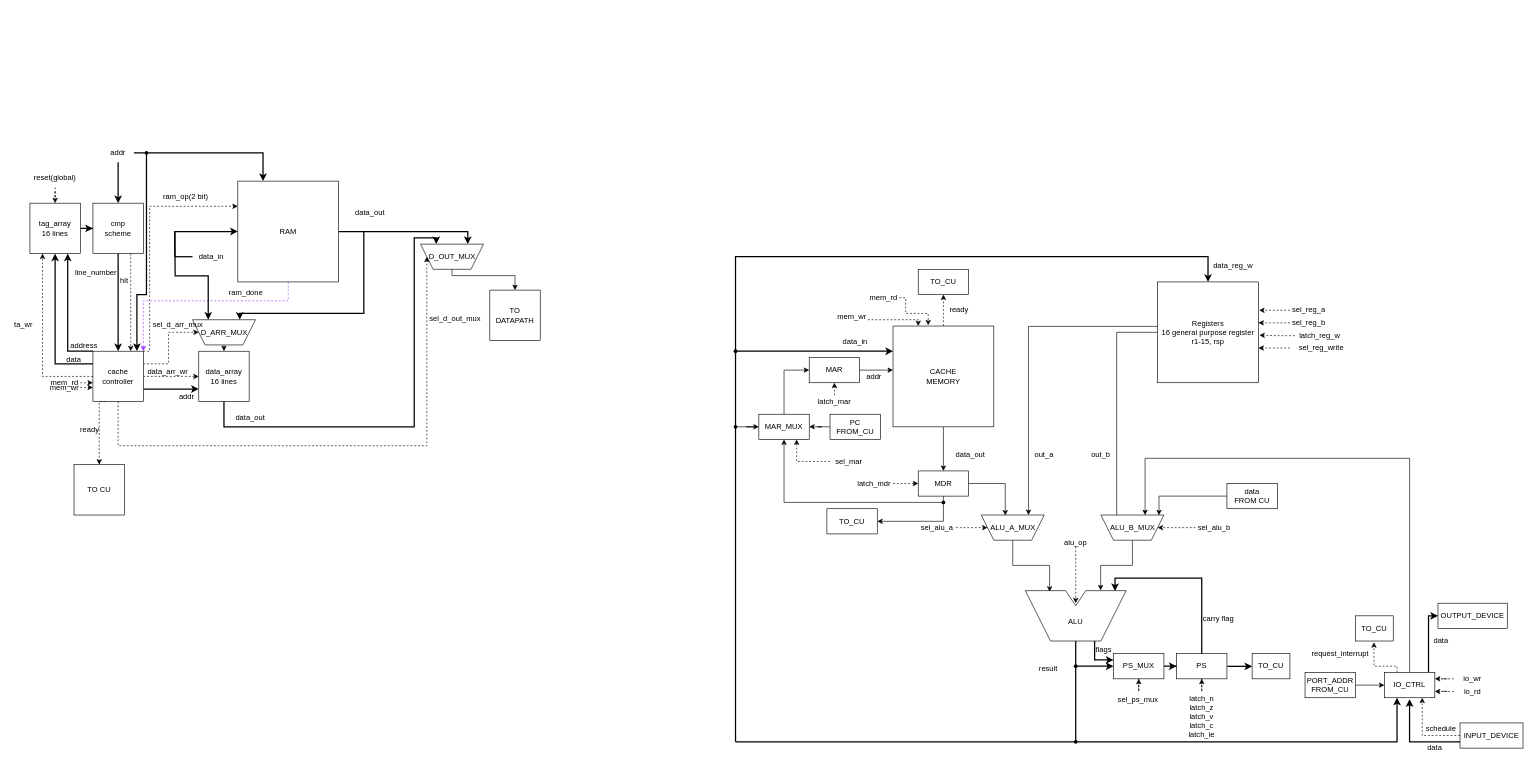
The draw.io diagram docs/scheme.drawio in Miwm64/ailurus, before the edit. Source tidied: cells renumbered, new cells numbered last; positions are measured from the earlier drawing's top-left corner, leaving out a move shared by most shapes. Both pictures are drawn from the tidied source at 63%, with x=0, y=0 at pixel (11, 143).
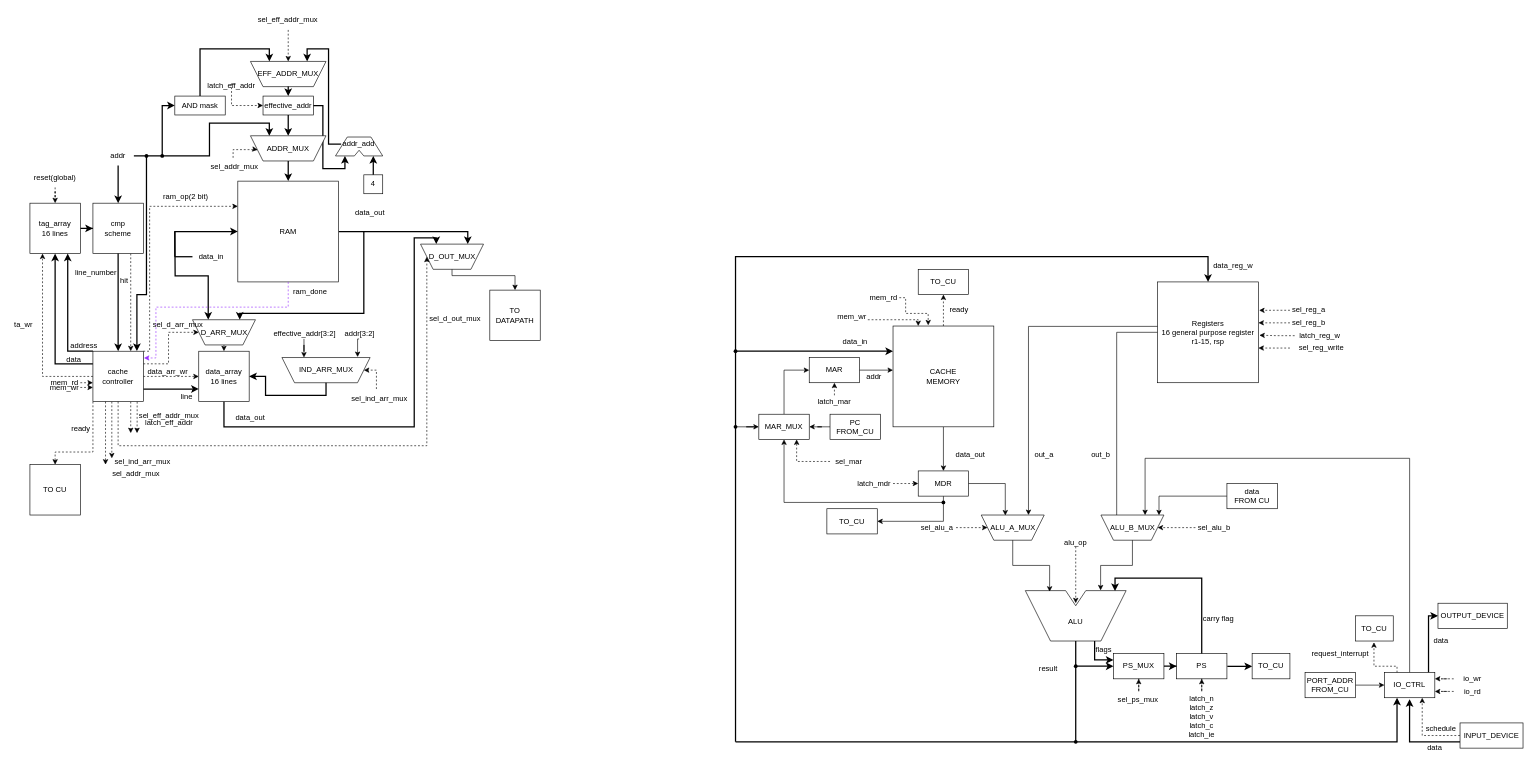
After the change.

Commit message:
docs: cache scheme functionally complete

The change refers to these unchanged cells:
```xml
<mxCell id="118" value="&lt;div&gt;RAM&lt;/div&gt;" style="rounded=0;whiteSpace=wrap;html=1;" parent="1" vertex="1">
  <mxGeometry x="360" y="60" width="160" height="160" as="geometry" />
</mxCell>
<mxCell id="127" value="&lt;div&gt;data_array&lt;/div&gt;&lt;div&gt;16 lines&lt;/div&gt;" style="rounded=0;whiteSpace=wrap;html=1;" parent="1" vertex="1">
  <mxGeometry x="298" y="330" width="80" height="80" as="geometry" />
</mxCell>
<mxCell id="135" value="&lt;div&gt;cache&lt;/div&gt;&lt;div&gt;controller&lt;/div&gt;" style="rounded=0;whiteSpace=wrap;html=1;" parent="1" vertex="1">
  <mxGeometry x="130" y="330" width="80" height="80" as="geometry" />
</mxCell>
```

Change to the diagram source:
```diff
@@
-    <mxCell id="113" style="edgeStyle=orthogonalEdgeStyle;rounded=0;jettySize=auto;html=1;entryX=0.25;entryY=0;entryDx=0;entryDy=0;defaultLabelBackgroundColor=page;strokeWidth=2;" parent="1" edge="1" source="114" target="118">
-      <mxGeometry relative="1" as="geometry" />
+    <mxCell id="113" style="edgeStyle=orthogonalEdgeStyle;rounded=0;jettySize=auto;html=1;defaultLabelBackgroundColor=page;strokeWidth=2;entryX=0;entryY=0.5;entryDx=0;entryDy=0;exitX=1;exitY=0.5;exitDx=0;exitDy=0;" parent="1" edge="1" source="114" target="176">
+      <mxGeometry x="0.03" relative="1" as="geometry">
+        <Array as="points">
+          <mxPoint x="240" y="20" />
+          <mxPoint x="240" y="-60" />
+        </Array>
+      </mxGeometry>
     </mxCell>
     <mxCell id="114" value="addr" style="text;html=1;whiteSpace=wrap;strokeColor=none;fillColor=none;align=center;verticalAlign=middle;rounded=0;" parent="1" vertex="1">
-      <mxGeometry x="145" width="50" height="30" as="geometry" />
+      <mxGeometry x="145" y="5" width="50" height="30" as="geometry" />
     </mxCell>
@@
-    <mxCell id="117" style="edgeStyle=orthogonalEdgeStyle;rounded=0;jettySize=auto;html=1;entryX=1;entryY=0;entryDx=0;entryDy=0;defaultLabelBackgroundColor=page;dashed=1;strokeColor=#9933FF;" parent="1" edge="1" source="118" target="135">
-      <mxGeometry relative="1" as="geometry">
-        <Array as="points">
-          <mxPoint x="440" y="250" />
-          <mxPoint x="210" y="250" />
-        </Array>
-      </mxGeometry>
-    </mxCell>
@@
+    <mxCell id="171" style="edgeStyle=orthogonalEdgeStyle;rounded=0;jettySize=auto;html=1;defaultLabelBackgroundColor=page;exitX=0.75;exitY=1;exitDx=0;exitDy=0;dashed=1;" parent="1" edge="1" source="135">
+      <mxGeometry relative="1" as="geometry">
+        <mxPoint x="190" y="460" as="targetPoint" />
+      </mxGeometry>
+    </mxCell>
+    <mxCell id="172" style="edgeStyle=orthogonalEdgeStyle;rounded=0;jettySize=auto;html=1;defaultLabelBackgroundColor=page;dashed=1;" parent="1" edge="1" source="135">
+      <mxGeometry relative="1" as="geometry">
+        <mxPoint x="160" y="500" as="targetPoint" />
+        <Array as="points">
+          <mxPoint x="160" y="430" />
+          <mxPoint x="160" y="430" />
+        </Array>
+      </mxGeometry>
+    </mxCell>
@@
-    <mxCell id="140" value="addr" style="text;html=1;whiteSpace=wrap;strokeColor=none;fillColor=none;align=center;verticalAlign=middle;rounded=0;" parent="1" vertex="1">
+    <mxCell id="140" value="line" style="text;html=1;whiteSpace=wrap;strokeColor=none;fillColor=none;align=center;verticalAlign=middle;rounded=0;" parent="1" vertex="1">
       <mxGeometry x="264" y="395" width="30" height="15" as="geometry" />
     </mxCell>
@@
     <mxCell id="160" value="ram_done" style="text;html=1;whiteSpace=wrap;strokeColor=none;fillColor=none;align=center;verticalAlign=middle;rounded=0;" parent="1" vertex="1">
-      <mxGeometry x="348" y="223" width="50" height="30" as="geometry" />
+      <mxGeometry x="450" y="220" width="50" height="30" as="geometry" />
     </mxCell>
     <mxCell id="161" value="ready" style="text;html=1;whiteSpace=wrap;strokeColor=none;fillColor=none;align=center;verticalAlign=middle;rounded=0;" parent="1" vertex="1">
-      <mxGeometry x="100" y="440" width="50" height="30" as="geometry" />
+      <mxGeometry x="86" y="438" width="50" height="30" as="geometry" />
     </mxCell>
-    <mxCell id="162" style="edgeStyle=orthogonalEdgeStyle;rounded=0;jettySize=auto;html=1;defaultLabelBackgroundColor=page;dashed=1;exitX=0.25;exitY=1;exitDx=0;exitDy=0;entryX=0.5;entryY=0;entryDx=0;entryDy=0;" parent="1" edge="1" source="135" target="163">
+    <mxCell id="162" style="edgeStyle=orthogonalEdgeStyle;rounded=0;jettySize=auto;html=1;defaultLabelBackgroundColor=page;dashed=1;entryX=0.5;entryY=0;entryDx=0;entryDy=0;" parent="1" edge="1" target="163">
       <mxGeometry x="-0.38" relative="1" as="geometry">
+        <mxPoint x="130" y="410" as="sourcePoint" />
         <Array as="points">
-          <mxPoint x="140" y="410" />
+          <mxPoint x="130" y="490" />
+          <mxPoint x="70" y="490" />
         </Array>
       </mxGeometry>
     </mxCell>
     <mxCell id="163" value="TO CU" style="rounded=0;whiteSpace=wrap;html=1;" parent="1" vertex="1">
-      <mxGeometry x="100" y="510" width="80" height="80" as="geometry" />
+      <mxGeometry x="30" y="510" width="80" height="80" as="geometry" />
     </mxCell>
@@
     <mxCell id="168" style="shape=waypoint;sketch=0;size=6;points=[];fillColor=none;perimeter=centerPerimeter;snapToPoint=1;" parent="1" vertex="1">
-      <mxGeometry x="205" y="5" width="20" height="20" as="geometry" />
+      <mxGeometry x="205" y="10" width="20" height="20" as="geometry" />
     </mxCell>
@@
+    <mxCell id="117" style="edgeStyle=orthogonalEdgeStyle;rounded=0;jettySize=auto;html=1;defaultLabelBackgroundColor=page;dashed=1;strokeColor=#9933FF;entryX=1.012;entryY=0.134;entryDx=0;entryDy=0;entryPerimeter=0;exitX=0.5;exitY=1;exitDx=0;exitDy=0;" parent="1" edge="1" source="118" target="135">
+      <mxGeometry x="-0.76" relative="1" as="geometry">
+        <Array as="points">
+          <mxPoint x="440" y="260" />
+          <mxPoint x="230" y="260" />
+          <mxPoint x="230" y="340.7" />
+        </Array>
+      </mxGeometry>
+    </mxCell>
+    <mxCell id="173" style="edgeStyle=orthogonalEdgeStyle;rounded=0;jettySize=auto;html=1;entryX=0.5;entryY=1;entryDx=0;entryDy=0;defaultLabelBackgroundColor=page;strokeWidth=2;" parent="1" edge="1" source="174" target="192">
+      <mxGeometry relative="1" as="geometry" />
+    </mxCell>
+    <mxCell id="174" value="effective_addr" style="rounded=0;whiteSpace=wrap;html=1;" parent="1" vertex="1">
+      <mxGeometry x="400" y="-75" width="80" height="30" as="geometry" />
+    </mxCell>
+    <mxCell id="175" style="edgeStyle=orthogonalEdgeStyle;rounded=0;jettySize=auto;html=1;defaultLabelBackgroundColor=page;entryX=0.75;entryY=1;entryDx=0;entryDy=0;strokeWidth=2;exitX=0.5;exitY=0;exitDx=0;exitDy=0;" parent="1" edge="1" source="176" target="185">
+      <mxGeometry x="-0.84" relative="1" as="geometry" />
+    </mxCell>
+    <mxCell id="176" value="AND mask" style="rounded=0;whiteSpace=wrap;html=1;" parent="1" vertex="1">
+      <mxGeometry x="260" y="-75" width="80" height="30" as="geometry" />
+    </mxCell>
+    <mxCell id="177" style="group;rotation=-180;" parent="1" vertex="1">
+      <mxGeometry x="515" y="-10" width="75" height="30" as="geometry" />
+    </mxCell>
+    <mxCell id="178" style="shape=mxgraph.basic.polygon;polyCoords=[[0,0],[0.4,0],[0.5,0.3],[0.6,0],[1,0],[0.75,1],[0.25,1]];polyline=0;whiteSpace=wrap;html=1;rotation=-180;" parent="177" vertex="1">
+      <mxGeometry width="75" height="30" as="geometry" />
+    </mxCell>
+    <mxCell id="179" value="addr_add" style="text;html=1;whiteSpace=wrap;strokeColor=none;fillColor=none;align=center;verticalAlign=middle;rounded=0;rotation=0;" parent="177" vertex="1">
+      <mxGeometry x="9" width="56.2" height="22.5" as="geometry" />
+    </mxCell>
+    <mxCell id="180" value="4" style="rounded=0;whiteSpace=wrap;html=1;" parent="1" vertex="1">
+      <mxGeometry x="560" y="50" width="30" height="30" as="geometry" />
+    </mxCell>
+    <mxCell id="181" style="edgeStyle=orthogonalEdgeStyle;rounded=0;jettySize=auto;html=1;entryX=0.2;entryY=0;entryDx=0;entryDy=0;entryPerimeter=0;defaultLabelBackgroundColor=page;strokeWidth=2;" parent="1" edge="1" source="180" target="178">
+      <mxGeometry relative="1" as="geometry" />
+    </mxCell>
+    <mxCell id="182" style="edgeStyle=orthogonalEdgeStyle;rounded=0;jettySize=auto;html=1;entryX=0.8;entryY=0;entryDx=0;entryDy=0;entryPerimeter=0;defaultLabelBackgroundColor=page;strokeWidth=2;" parent="1" edge="1" source="174" target="178">
+      <mxGeometry x="-0.06" relative="1" as="geometry">
+        <Array as="points">
+          <mxPoint x="495" y="-60" />
+          <mxPoint x="495" y="40" />
+          <mxPoint x="530" y="40" />
+        </Array>
+      </mxGeometry>
+    </mxCell>
+    <mxCell id="183" style="edgeStyle=orthogonalEdgeStyle;rounded=0;jettySize=auto;html=1;defaultLabelBackgroundColor=page;strokeWidth=2;entryX=0.25;entryY=1;entryDx=0;entryDy=0;" parent="1" edge="1" source="179" target="185">
+      <mxGeometry x="-0.11" relative="1" as="geometry">
+        <Array as="points">
+          <mxPoint x="504" y="1.3" />
+          <mxPoint x="504" y="-150" />
+          <mxPoint x="470" y="-150" />
+        </Array>
+      </mxGeometry>
+    </mxCell>
+    <mxCell id="184" style="group;" parent="1" vertex="1">
+      <mxGeometry x="380" y="-130" width="120" height="40" as="geometry" />
+    </mxCell>
+    <mxCell id="185" value="&lt;div&gt;&lt;br/&gt;&lt;/div&gt;" style="shape=trapezoid;perimeter=trapezoidPerimeter;whiteSpace=wrap;html=1;shapeInside=1;fixedSize=1;size=20;rotation=-180;" parent="184" vertex="1">
+      <mxGeometry width="120" height="40" as="geometry" />
+    </mxCell>
+    <mxCell id="186" value="EFF_ADDR_MUX" style="text;html=1;whiteSpace=wrap;strokeColor=none;fillColor=none;align=center;verticalAlign=middle;rounded=0;" parent="184" vertex="1">
+      <mxGeometry x="15" y="5" width="90" height="30" as="geometry" />
+    </mxCell>
+    <mxCell id="187" style="edgeStyle=orthogonalEdgeStyle;rounded=0;jettySize=auto;html=1;entryX=0.5;entryY=0;entryDx=0;entryDy=0;defaultLabelBackgroundColor=page;strokeWidth=2;exitX=0.5;exitY=0;exitDx=0;exitDy=0;" parent="1" edge="1" source="185" target="174">
+      <mxGeometry relative="1" as="geometry" />
+    </mxCell>
+    <mxCell id="188" value="sel_eff_addr_mux" style="text;html=1;whiteSpace=wrap;strokeColor=none;fillColor=none;align=center;verticalAlign=middle;rounded=0;" parent="1" vertex="1">
+      <mxGeometry x="200.5" y="425" width="100" height="15" as="geometry" />
+    </mxCell>
+    <mxCell id="189" style="edgeStyle=orthogonalEdgeStyle;rounded=0;jettySize=auto;html=1;entryX=0.5;entryY=1;entryDx=0;entryDy=0;defaultLabelBackgroundColor=page;dashed=1;" parent="1" edge="1" source="190" target="185">
+      <mxGeometry relative="1" as="geometry" />
+    </mxCell>
+    <mxCell id="190" value="sel_eff_addr_mux" style="text;whiteSpace=wrap;html=1;" parent="1" vertex="1">
+      <mxGeometry x="390" y="-210" width="100" height="30" as="geometry" />
+    </mxCell>
+    <mxCell id="191" style="group;" parent="1" vertex="1">
+      <mxGeometry x="380" y="-12" width="120" height="40" as="geometry" />
+    </mxCell>
+    <mxCell id="192" value="&lt;div&gt;&lt;br/&gt;&lt;/div&gt;" style="shape=trapezoid;perimeter=trapezoidPerimeter;whiteSpace=wrap;html=1;shapeInside=1;fixedSize=1;size=20;rotation=-180;" parent="191" vertex="1">
+      <mxGeometry width="120" height="40" as="geometry" />
+    </mxCell>
+    <mxCell id="193" value="ADDR_MUX" style="text;html=1;whiteSpace=wrap;strokeColor=none;fillColor=none;align=center;verticalAlign=middle;rounded=0;" parent="191" vertex="1">
+      <mxGeometry x="15" y="5" width="90" height="30" as="geometry" />
+    </mxCell>
+    <mxCell id="194" style="edgeStyle=orthogonalEdgeStyle;rounded=0;jettySize=auto;html=1;defaultLabelBackgroundColor=page;strokeWidth=2;entryX=0.75;entryY=1;entryDx=0;entryDy=0;" parent="1" edge="1" source="195" target="192">
+      <mxGeometry x="-0.55" relative="1" as="geometry" />
+    </mxCell>
+    <mxCell id="195" style="shape=waypoint;sketch=0;size=6;points=[];fillColor=none;perimeter=centerPerimeter;snapToPoint=1;" parent="1" vertex="1">
+      <mxGeometry x="230" y="10" width="20" height="20" as="geometry" />
+    </mxCell>
+    <mxCell id="196" style="edgeStyle=orthogonalEdgeStyle;rounded=0;jettySize=auto;html=1;entryX=0.5;entryY=0;entryDx=0;entryDy=0;defaultLabelBackgroundColor=page;strokeWidth=2;" parent="1" edge="1" source="192" target="118">
+      <mxGeometry relative="1" as="geometry" />
+    </mxCell>
+    <mxCell id="197" style="edgeStyle=orthogonalEdgeStyle;rounded=0;jettySize=auto;html=1;entryX=0.905;entryY=0.445;entryDx=0;entryDy=0;defaultLabelBackgroundColor=page;entryPerimeter=0;dashed=1;" parent="1" edge="1" source="198" target="192">
+      <mxGeometry relative="1" as="geometry">
+        <Array as="points">
+          <mxPoint x="352.5" y="10" />
+          <mxPoint x="390" y="10" />
+        </Array>
+      </mxGeometry>
+    </mxCell>
+    <mxCell id="198" value="sel_addr_mux" style="text;whiteSpace=wrap;html=1;" parent="1" vertex="1">
+      <mxGeometry x="315" y="23" width="75" height="30" as="geometry" />
+    </mxCell>
+    <mxCell id="199" style="edgeStyle=orthogonalEdgeStyle;rounded=0;jettySize=auto;html=1;entryX=0;entryY=0.5;entryDx=0;entryDy=0;defaultLabelBackgroundColor=page;dashed=1;" parent="1" edge="1" source="200" target="174">
+      <mxGeometry x="-0.55" relative="1" as="geometry">
+        <Array as="points">
+          <mxPoint x="350" y="-60" />
+        </Array>
+      </mxGeometry>
+    </mxCell>
+    <mxCell id="200" value="latch_eff_addr" style="text;whiteSpace=wrap;html=1;" parent="1" vertex="1">
+      <mxGeometry x="310" y="-105" width="80" height="10" as="geometry" />
+    </mxCell>
+    <mxCell id="201" value="&lt;span style=&quot;text-align: left;&quot;&gt;latch_eff_addr&lt;/span&gt;" style="text;html=1;whiteSpace=wrap;strokeColor=none;fillColor=none;align=center;verticalAlign=middle;rounded=0;" parent="1" vertex="1">
+      <mxGeometry x="200.5" y="435" width="100" height="15" as="geometry" />
+    </mxCell>
+    <mxCell id="202" style="edgeStyle=orthogonalEdgeStyle;rounded=0;jettySize=auto;html=1;defaultLabelBackgroundColor=page;exitX=0.878;exitY=1.003;exitDx=0;exitDy=0;dashed=1;exitPerimeter=0;" parent="1" edge="1" source="135">
+      <mxGeometry x="0.81" relative="1" as="geometry">
+        <mxPoint x="200" y="460" as="targetPoint" />
+        <Array as="points">
+          <mxPoint x="200.2" y="440" />
+          <mxPoint x="200" y="470" />
+        </Array>
+      </mxGeometry>
+    </mxCell>
+    <mxCell id="203" style="group;" parent="1" vertex="1">
+      <mxGeometry x="430" y="340" width="140" height="40" as="geometry" />
+    </mxCell>
+    <mxCell id="204" value="&lt;div&gt;&lt;br/&gt;&lt;/div&gt;" style="shape=trapezoid;perimeter=trapezoidPerimeter;whiteSpace=wrap;html=1;shapeInside=1;fixedSize=1;size=20;rotation=-180;" parent="203" vertex="1">
+      <mxGeometry width="140" height="40" as="geometry" />
+    </mxCell>
+    <mxCell id="205" value="IND_ARR_MUX" style="text;html=1;whiteSpace=wrap;strokeColor=none;fillColor=none;align=center;verticalAlign=middle;rounded=0;" parent="203" vertex="1">
+      <mxGeometry x="17.5" y="5" width="105" height="30" as="geometry" />
+    </mxCell>
+    <mxCell id="206" style="edgeStyle=orthogonalEdgeStyle;rounded=0;jettySize=auto;html=1;entryX=0.75;entryY=1;entryDx=0;entryDy=0;defaultLabelBackgroundColor=page;" parent="1" edge="1" source="207" target="204">
+      <mxGeometry relative="1" as="geometry" />
+    </mxCell>
+    <mxCell id="207" value="&lt;div style=&quot;text-align: center;&quot;&gt;&lt;span style=&quot;background-color: transparent; color: light-dark(#000000, var(--ge-light-color, #ffffff));&quot;&gt;effective_addr[3:2]&lt;/span&gt;&lt;/div&gt;" style="text;whiteSpace=wrap;html=1;" parent="1" vertex="1">
+      <mxGeometry x="415" y="288" width="100" height="22.5" as="geometry" />
+    </mxCell>
+    <mxCell id="208" style="edgeStyle=orthogonalEdgeStyle;rounded=0;jettySize=auto;html=1;entryX=0.142;entryY=1.02;entryDx=0;entryDy=0;defaultLabelBackgroundColor=page;exitX=0.5;exitY=1;exitDx=0;exitDy=0;entryPerimeter=0;" parent="1" edge="1" source="209" target="204">
+      <mxGeometry x="0.67" relative="1" as="geometry">
+        <Array as="points">
+          <mxPoint x="550.1" y="310.5" />
+        </Array>
+      </mxGeometry>
+    </mxCell>
+    <mxCell id="209" value="&lt;div style=&quot;text-align: center;&quot;&gt;&lt;span style=&quot;background-color: transparent; color: light-dark(#000000, var(--ge-light-color, #ffffff));&quot;&gt;addr[3:2]&lt;/span&gt;&lt;/div&gt;" style="text;whiteSpace=wrap;html=1;" parent="1" vertex="1">
+      <mxGeometry x="527.5" y="288" width="50" height="22.5" as="geometry" />
+    </mxCell>
+    <mxCell id="210" style="edgeStyle=orthogonalEdgeStyle;rounded=0;jettySize=auto;html=1;defaultLabelBackgroundColor=page;exitX=0.25;exitY=1;exitDx=0;exitDy=0;dashed=1;" parent="1" edge="1" source="135">
+      <mxGeometry relative="1" as="geometry">
+        <mxPoint x="150" y="510" as="targetPoint" />
+      </mxGeometry>
+    </mxCell>
+    <mxCell id="211" value="sel_ind_arr_mux" style="text;html=1;whiteSpace=wrap;strokeColor=none;fillColor=none;align=center;verticalAlign=middle;rounded=0;" parent="1" vertex="1">
+      <mxGeometry x="184" y="490" width="50" height="30" as="geometry" />
+    </mxCell>
+    <mxCell id="212" style="edgeStyle=orthogonalEdgeStyle;rounded=0;jettySize=auto;html=1;entryX=0;entryY=0.5;entryDx=0;entryDy=0;defaultLabelBackgroundColor=page;dashed=1;" parent="1" edge="1" source="213" target="204">
+      <mxGeometry x="0.16" relative="1" as="geometry">
+        <Array as="points">
+          <mxPoint x="580" y="360" />
+        </Array>
+      </mxGeometry>
+    </mxCell>
+    <mxCell id="213" value="sel_ind_arr_mux" style="text;html=1;whiteSpace=wrap;strokeColor=none;fillColor=none;align=center;verticalAlign=middle;rounded=0;" parent="1" vertex="1">
+      <mxGeometry x="560" y="390" width="50" height="30" as="geometry" />
+    </mxCell>
+    <mxCell id="214" style="edgeStyle=orthogonalEdgeStyle;rounded=0;jettySize=auto;html=1;entryX=1;entryY=0.5;entryDx=0;entryDy=0;defaultLabelBackgroundColor=page;strokeWidth=2;exitX=0.5;exitY=0;exitDx=0;exitDy=0;" parent="1" edge="1" source="204" target="127">
+      <mxGeometry relative="1" as="geometry" />
+    </mxCell>
+    <mxCell id="215" value="sel_addr_mux" style="text;whiteSpace=wrap;html=1;" parent="1" vertex="1">
+      <mxGeometry x="159" y="510" width="75" height="30" as="geometry" />
+    </mxCell>
```
